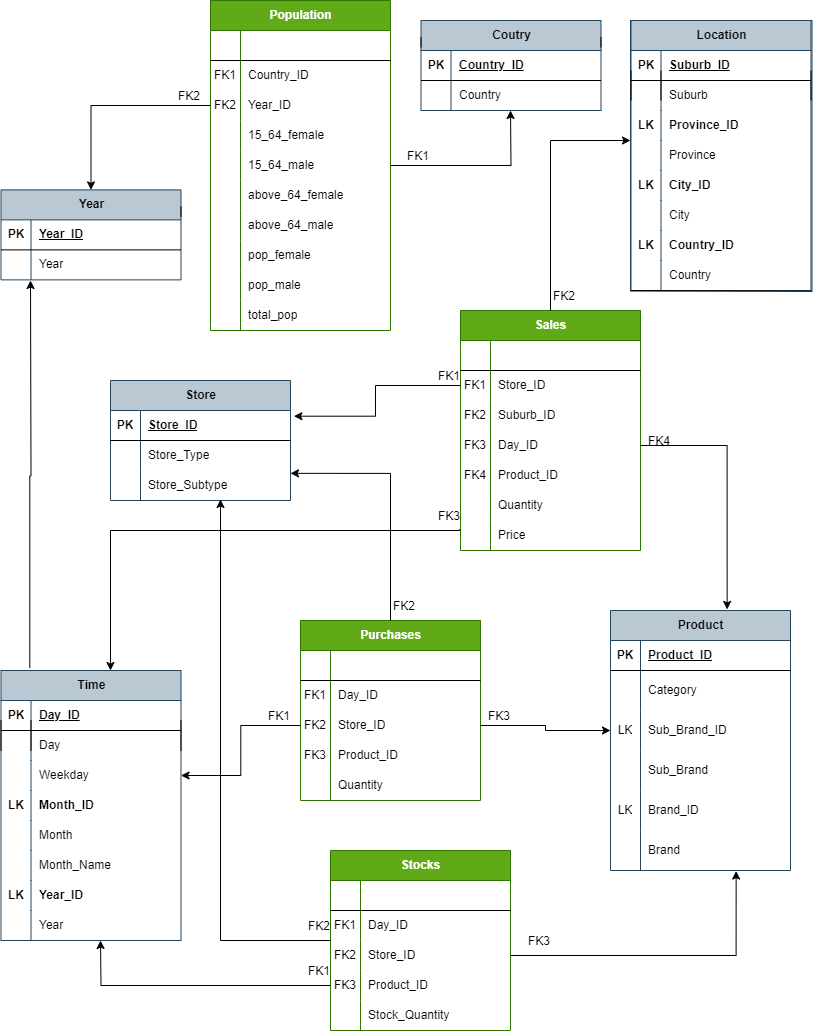
This is DimensionalModel.png from Wilowisp98/dw-cigarettes, a draw.io export, as it was before one commit. Source tidied: cells renumbered, new cells last; positions are measured from the earlier drawing's top-left corner, leaving out a move shared by most shapes.
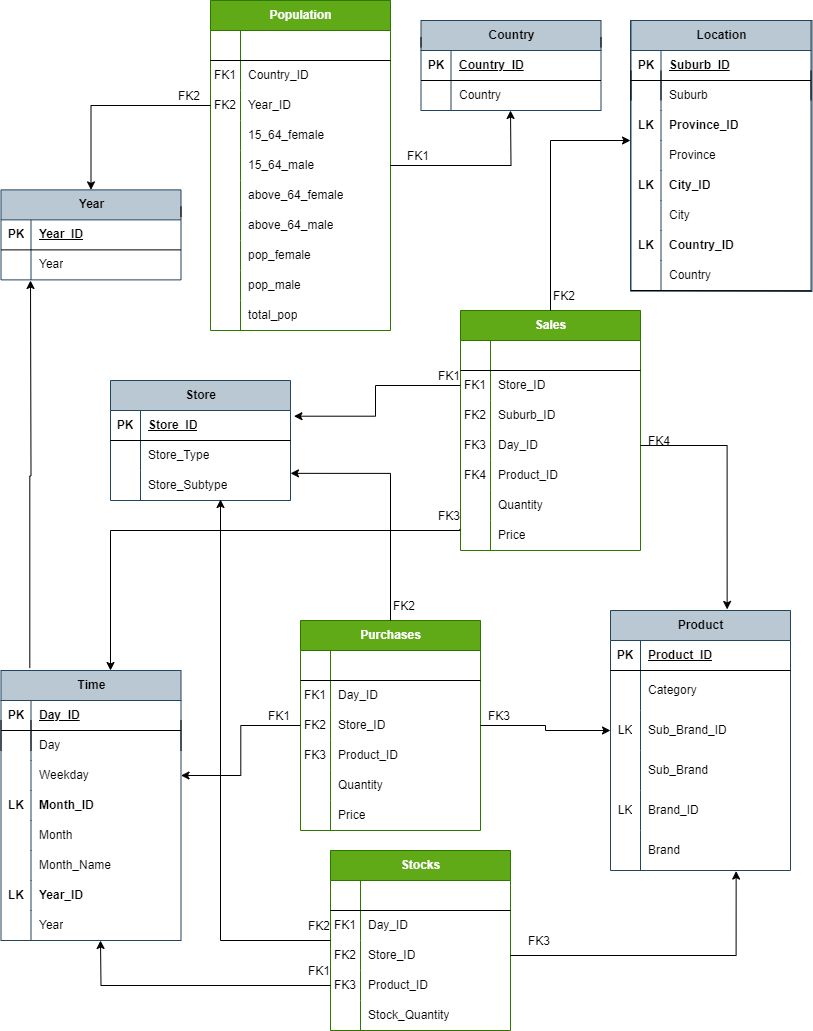
After the commit.

Commit message:
add price to purchases on DM

Change to the diagram source:
```diff
@@ -359,7 +359,7 @@
       <mxGeometry x="30" width="150" height="30" as="geometry" />
     </mxCell>
     <mxCell id="113" value="Purchases" style="shape=table;startSize=30;rowLines=0;fontStyle=1;align=center;html=1;fillColor=#60a917;fontColor=#ffffff;strokeColor=#2D7600;" parent="1" vertex="1">
-      <mxGeometry x="300" y="620" width="180" height="180" as="geometry" />
+      <mxGeometry x="300" y="620" width="180" height="210" as="geometry" />
     </mxCell>
     <mxCell id="114" style="shape=tableRow;horizontal=0;startSize=0;swimlaneHead=0;swimlaneBody=0;fillColor=none;top=0;left=0;right=0;bottom=1;" parent="113" vertex="1">
       <mxGeometry y="30" width="180" height="30" as="geometry" />
@@ -406,6 +406,15 @@
     <mxCell id="128" value="Quantity" style="shape=partialRectangle;fillColor=none;top=0;left=0;bottom=0;right=0;align=left;spacingLeft=6;overflow=hidden;whiteSpace=wrap;html=1;" parent="126" vertex="1">
       <mxGeometry x="30" width="150" height="30" as="geometry" />
     </mxCell>
+    <mxCell id="255" style="shape=tableRow;horizontal=0;startSize=0;swimlaneHead=0;swimlaneBody=0;fillColor=none;top=0;left=0;right=0;bottom=0;" parent="113" vertex="1">
+      <mxGeometry y="180" width="180" height="30" as="geometry" />
+    </mxCell>
+    <mxCell id="256" style="shape=partialRectangle;fillColor=none;top=0;left=0;bottom=0;right=0;overflow=hidden;whiteSpace=wrap;html=1;" parent="255" vertex="1">
+      <mxGeometry width="30" height="30" as="geometry" />
+    </mxCell>
+    <mxCell id="257" value="Price" style="shape=partialRectangle;fillColor=none;top=0;left=0;bottom=0;right=0;align=left;spacingLeft=6;overflow=hidden;whiteSpace=wrap;html=1;" parent="255" vertex="1">
+      <mxGeometry x="30" width="150" height="30" as="geometry" />
+    </mxCell>
     <mxCell id="129" value="Stocks" style="shape=table;startSize=30;rowLines=0;fontStyle=1;align=center;html=1;fillColor=#60a917;fontColor=#ffffff;strokeColor=#2D7600;" parent="1" vertex="1">
       <mxGeometry x="330" y="850" width="180" height="180" as="geometry" />
     </mxCell>
@@ -749,7 +758,7 @@
     <mxCell id="235" style="group;" parent="1" vertex="1">
       <mxGeometry x="420" y="20" width="181.5" height="90.6" as="geometry" />
     </mxCell>
-    <mxCell id="236" value="Coutry" style="shape=table;startSize=30;rowLines=0;fontStyle=1;align=center;html=1;fillColor=#bac8d3;strokeColor=#23445d;" parent="235" vertex="1">
+    <mxCell id="236" value="Country" style="shape=table;startSize=30;rowLines=0;fontStyle=1;align=center;html=1;fillColor=#bac8d3;strokeColor=#23445d;" parent="235" vertex="1">
       <mxGeometry x="0.5" width="180" height="90" as="geometry" />
     </mxCell>
     <mxCell id="237" style="shape=tableRow;horizontal=0;startSize=0;swimlaneHead=0;swimlaneBody=0;fillColor=none;top=0;left=0;right=0;bottom=1;" parent="236" vertex="1">
```
